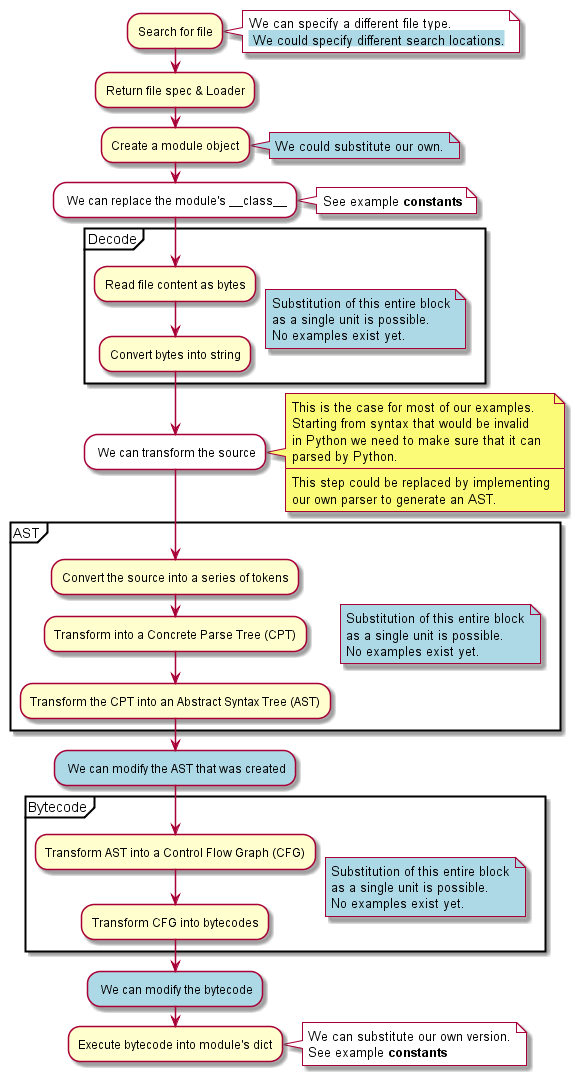
This is docs/source/_static/import_hook3.png from aroberge/ideas, a PlantUML export, as it was before one commit. Source of this version:
```plantuml
@startuml
    :Search for file;
    note right #White
        We can specify a different file type.
        <back:lightblue> We could specify different search locations.</back>
    end note
    :Return file spec & Loader;
    :Create a module object;
    note right #LightBlue
        We could substitute our own.
    end note
    #White: We can replace the module's ~__class__;
    note right #White: See example **constants**
    partition Decode {
        note right #LightBlue
           Substitution of this entire block
           as a single unit is possible.
           No examples exist yet.
        end note
        :Read file content as bytes;
        :Convert bytes into string;
    }
    #White: We can transform the source;
    note right
        This is the case for most of our examples.
        Starting from syntax that would be invalid
        in Python we need to make sure that it can
        parsed by Python.
        ----
        This step could be replaced by implementing
        our own parser to generate an AST.
    end note
    partition AST {
        note right #LightBlue
           Substitution of this entire block
           as a single unit is possible.
           No examples exist yet.
        end note
        :Convert the source into a series of tokens;
        :Transform into a Concrete Parse Tree (CPT);
        :Transform the CPT into an Abstract Syntax Tree (AST);
    }
    #LightBlue: We can modify the AST that was created;
    partition Bytecode {
        note right #LightBlue
           Substitution of this entire block
           as a single unit is possible.
           No examples exist yet.
        end note
        :Transform AST into a Control Flow Graph (CFG);
        :Transform CFG into bytecodes;
    }
    #LightBlue: We can modify the bytecode;
    :Execute bytecode into module's dict;
    note right #White
       We can substitute our own version.
       See example **constants**
    end note
@enduml
```
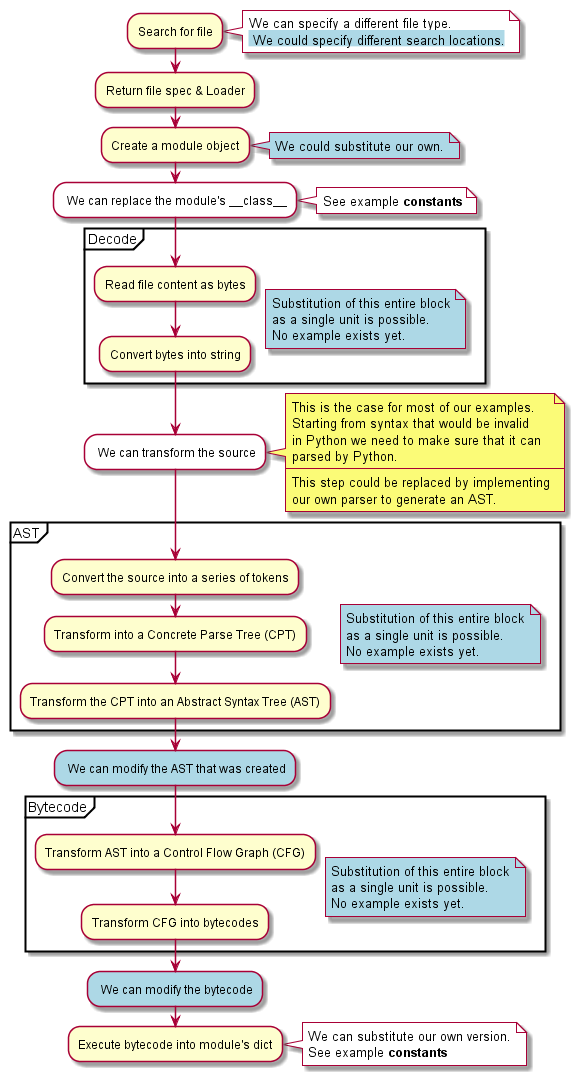
Later version of the same file.

What changed in the source:
```diff
@@ -15,7 +15,7 @@
         note right #LightBlue
            Substitution of this entire block
            as a single unit is possible.
-           No examples exist yet.
+           No example exists yet.
         end note
         :Read file content as bytes;
         :Convert bytes into string;
@@ -34,7 +34,7 @@
         note right #LightBlue
            Substitution of this entire block
            as a single unit is possible.
-           No examples exist yet.
+           No example exists yet.
         end note
         :Convert the source into a series of tokens;
         :Transform into a Concrete Parse Tree (CPT);
@@ -45,7 +45,7 @@
         note right #LightBlue
            Substitution of this entire block
            as a single unit is possible.
-           No examples exist yet.
+           No example exists yet.
         end note
         :Transform AST into a Control Flow Graph (CFG);
         :Transform CFG into bytecodes;
```
